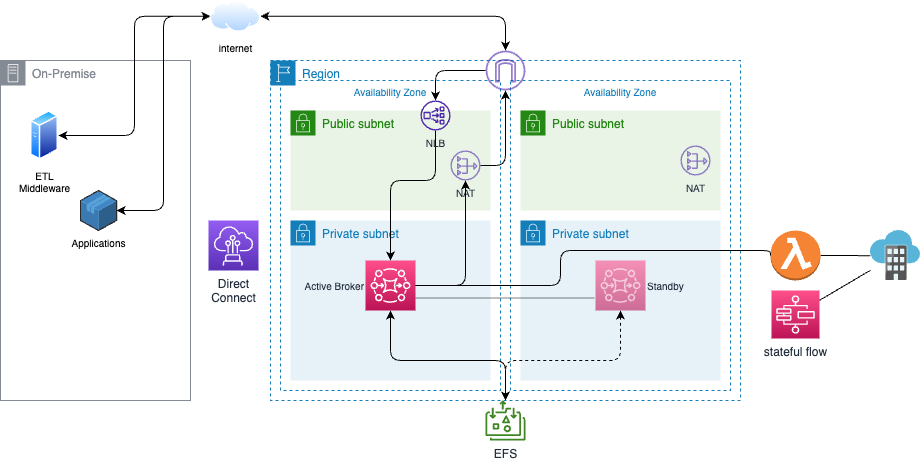
Above: docs/diagrams/on-prem-to-activemq.drawio.png in jbcodeforce/aws-messaging-samples (draw.io), before the change. Source tidied: cells renumbered, new cells last; positions are measured from the earlier drawing's top-left corner, leaving out a move shared by most shapes.
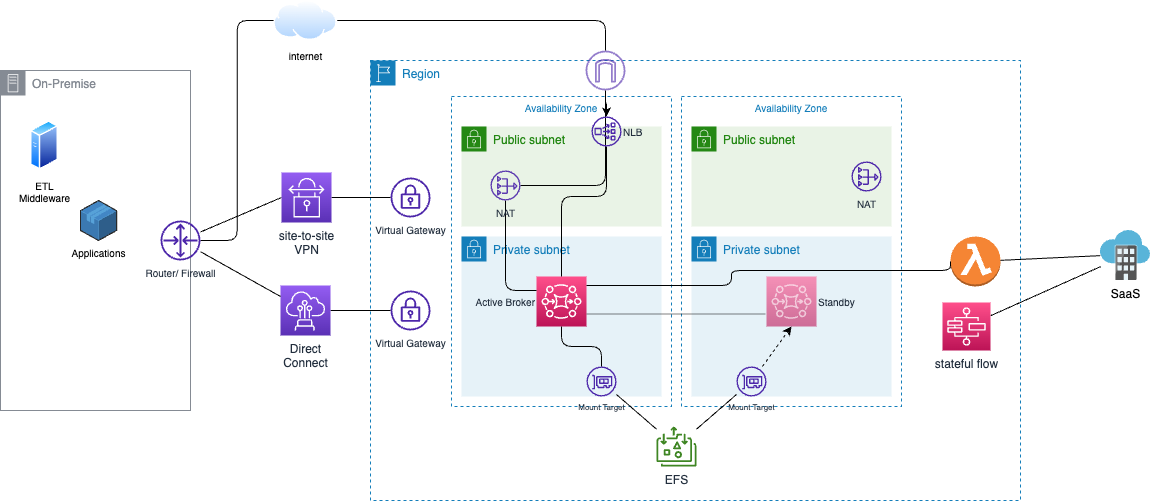
After the commit.

Diff of the diagram source:
```diff
@@ -3,46 +3,43 @@
     <mxCell id="0" />
     <mxCell id="1" parent="0" />
     <mxCell id="2" value="On-Premise" style="sketch=0;gradientColor=none;html=1;whiteSpace=wrap;fontSize=12;fontStyle=0;shape=mxgraph.aws4.group;grIcon=mxgraph.aws4.group_on_premise;strokeColor=#858B94;fillColor=none;verticalAlign=top;align=left;spacingLeft=30;fontColor=#858B94;dashed=0;" parent="1" vertex="1">
-      <mxGeometry y="60" width="190" height="340" as="geometry" />
+      <mxGeometry x="-170" y="70" width="190" height="340" as="geometry" />
     </mxCell>
-    <mxCell id="3" style="edgeStyle=orthogonalEdgeStyle;html=1;entryX=0;entryY=0.5;entryDx=0;entryDy=0;fontSize=10;startArrow=classic;startFill=1;" parent="1" edge="1" source="4" target="27">
-      <mxGeometry relative="1" as="geometry" />
-    </mxCell>
     <mxCell id="4" value="ETL&lt;br style=&quot;font-size: 10px;&quot;&gt;Middleware" style="perimeter=ellipsePerimeter;html=1;align=center;shadow=0;dashed=0;spacingTop=3;image;image=img/lib/active_directory/generic_server.svg;fontSize=10;" parent="1" vertex="1">
-      <mxGeometry x="30" y="110" width="28" height="50" as="geometry" />
+      <mxGeometry x="-140" y="120" width="28" height="50" as="geometry" />
     </mxCell>
-    <mxCell id="5" style="edgeStyle=orthogonalEdgeStyle;html=1;entryX=0;entryY=0.5;entryDx=0;entryDy=0;fontSize=10;startArrow=classic;startFill=1;" parent="1" edge="1" source="6" target="27">
+    <mxCell id="5" style="edgeStyle=orthogonalEdgeStyle;html=1;entryX=0;entryY=0.5;entryDx=0;entryDy=0;fontSize=10;startArrow=none;startFill=0;endArrow=none;endFill=0;" parent="1" edge="1" source="48" target="27">
       <mxGeometry relative="1" as="geometry" />
     </mxCell>
     <mxCell id="6" value="Applications" style="verticalLabelPosition=bottom;html=1;verticalAlign=top;strokeWidth=1;align=center;outlineConnect=0;dashed=0;outlineConnect=0;shape=mxgraph.aws3d.application;fillColor=#4286c5;strokeColor=#57A2D8;fontSize=10;" parent="1" vertex="1">
-      <mxGeometry x="80" y="190" width="36" height="40" as="geometry" />
+      <mxGeometry x="-90" y="200" width="36" height="40" as="geometry" />
     </mxCell>
     <mxCell id="7" value="Region" style="gradientColor=none;html=1;whiteSpace=wrap;fontSize=12;fontStyle=0;shape=mxgraph.aws4.group;grIcon=mxgraph.aws4.group_region;strokeColor=#147EBA;fillColor=none;verticalAlign=top;align=left;spacingLeft=30;fontColor=#147EBA;dashed=1;" parent="1" vertex="1">
-      <mxGeometry x="270" y="60" width="470" height="340" as="geometry" />
+      <mxGeometry x="200" y="60" width="650" height="440" as="geometry" />
     </mxCell>
     <mxCell id="8" value="Availability Zone" style="fillColor=none;strokeColor=#147EBA;dashed=1;verticalAlign=top;fontStyle=0;fontColor=#147EBA;fontSize=10;" parent="7" vertex="1">
-      <mxGeometry x="240" y="20" width="220" height="310" as="geometry" />
+      <mxGeometry x="311" y="36" width="220" height="310" as="geometry" />
     </mxCell>
     <mxCell id="9" value="Availability Zone" style="fillColor=none;strokeColor=#147EBA;dashed=1;verticalAlign=top;fontStyle=0;fontColor=#147EBA;fontSize=10;" parent="7" vertex="1">
-      <mxGeometry x="10" y="20" width="220" height="310" as="geometry" />
+      <mxGeometry x="81" y="36" width="220" height="310" as="geometry" />
     </mxCell>
     <mxCell id="10" value="Public subnet" style="gradientColor=none;html=1;whiteSpace=wrap;fontSize=12;fontStyle=0;shape=mxgraph.aws4.group;grIcon=mxgraph.aws4.group_security_group;grStroke=0;strokeColor=#248814;fillColor=#E9F3E6;verticalAlign=top;align=left;spacingLeft=30;fontColor=#248814;dashed=0;" parent="7" vertex="1">
-      <mxGeometry x="250" y="50" width="200" height="100" as="geometry" />
+      <mxGeometry x="321" y="66" width="200" height="100" as="geometry" />
     </mxCell>
-    <mxCell id="11" value="NAT" style="sketch=0;fontColor=#232F3E;gradientColor=none;fillColor=#4D27AA;strokeColor=none;dashed=0;verticalLabelPosition=bottom;verticalAlign=top;align=center;html=1;fontSize=10;fontStyle=0;shape=mxgraph.aws4.nat_gateway;opacity=60;" parent="10" vertex="1">
+    <mxCell id="11" value="NAT" style="sketch=0;fontColor=#232F3E;gradientColor=none;fillColor=#4D27AA;strokeColor=none;dashed=0;verticalLabelPosition=bottom;verticalAlign=top;align=center;html=1;fontSize=10;fontStyle=0;shape=mxgraph.aws4.nat_gateway;" parent="10" vertex="1">
       <mxGeometry x="160" y="35" width="30" height="30" as="geometry" />
     </mxCell>
     <mxCell id="12" value="Public subnet" style="gradientColor=none;html=1;whiteSpace=wrap;fontSize=12;fontStyle=0;shape=mxgraph.aws4.group;grIcon=mxgraph.aws4.group_security_group;grStroke=0;strokeColor=#248814;fillColor=#E9F3E6;verticalAlign=top;align=left;spacingLeft=30;fontColor=#248814;dashed=0;" parent="7" vertex="1">
-      <mxGeometry x="20" y="50" width="200" height="100" as="geometry" />
+      <mxGeometry x="91" y="66" width="200" height="100" as="geometry" />
     </mxCell>
     <mxCell id="13" value="Private subnet" style="gradientColor=none;html=1;whiteSpace=wrap;fontSize=12;fontStyle=0;shape=mxgraph.aws4.group;grIcon=mxgraph.aws4.group_security_group;grStroke=0;strokeColor=#147EBA;fillColor=#E6F2F8;verticalAlign=top;align=left;spacingLeft=30;fontColor=#147EBA;dashed=0;" parent="7" vertex="1">
-      <mxGeometry x="20" y="160" width="200" height="160" as="geometry" />
+      <mxGeometry x="91" y="176" width="200" height="160" as="geometry" />
     </mxCell>
     <mxCell id="14" value="Active Broker" style="sketch=0;points=[[0,0,0],[0.25,0,0],[0.5,0,0],[0.75,0,0],[1,0,0],[0,1,0],[0.25,1,0],[0.5,1,0],[0.75,1,0],[1,1,0],[0,0.25,0],[0,0.5,0],[0,0.75,0],[1,0.25,0],[1,0.5,0],[1,0.75,0]];outlineConnect=0;fontColor=#232F3E;gradientColor=#FF4F8B;gradientDirection=north;fillColor=#BC1356;strokeColor=#ffffff;dashed=0;verticalLabelPosition=middle;verticalAlign=middle;align=right;html=1;fontSize=10;fontStyle=0;shape=mxgraph.aws4.resourceIcon;resIcon=mxgraph.aws4.mq;labelPosition=left;" parent="13" vertex="1">
       <mxGeometry x="75" y="40" width="50" height="50" as="geometry" />
     </mxCell>
     <mxCell id="15" value="Private subnet" style="gradientColor=none;html=1;whiteSpace=wrap;fontSize=12;fontStyle=0;shape=mxgraph.aws4.group;grIcon=mxgraph.aws4.group_security_group;grStroke=0;strokeColor=#147EBA;fillColor=#E6F2F8;verticalAlign=top;align=left;spacingLeft=30;fontColor=#147EBA;dashed=0;" parent="7" vertex="1">
-      <mxGeometry x="250" y="160" width="200" height="160" as="geometry" />
+      <mxGeometry x="321" y="176" width="200" height="160" as="geometry" />
     </mxCell>
     <mxCell id="16" value="Standby" style="sketch=0;points=[[0,0,0],[0.25,0,0],[0.5,0,0],[0.75,0,0],[1,0,0],[0,1,0],[0.25,1,0],[0.5,1,0],[0.75,1,0],[1,1,0],[0,0.25,0],[0,0.5,0],[0,0.75,0],[1,0.25,0],[1,0.5,0],[1,0.75,0]];outlineConnect=0;fontColor=#232F3E;gradientColor=#FF4F8B;gradientDirection=north;fillColor=#BC1356;strokeColor=#ffffff;dashed=0;verticalLabelPosition=middle;verticalAlign=middle;align=left;html=1;fontSize=10;fontStyle=0;shape=mxgraph.aws4.resourceIcon;resIcon=mxgraph.aws4.mq;opacity=60;labelPosition=right;" parent="15" vertex="1">
       <mxGeometry x="75" y="40" width="50" height="50" as="geometry" />
@@ -53,80 +50,110 @@
     <mxCell id="18" style="sketch=0;outlineConnect=0;fontColor=#232F3E;gradientColor=none;fillColor=#4D27AA;strokeColor=none;dashed=0;verticalLabelPosition=bottom;verticalAlign=top;align=center;html=1;fontSize=12;fontStyle=0;shape=mxgraph.aws4.internet_gateway;opacity=60;" parent="7" vertex="1">
       <mxGeometry x="215" y="-10" width="40" height="40" as="geometry" />
     </mxCell>
-    <mxCell id="19" style="edgeStyle=orthogonalEdgeStyle;html=1;fontSize=10;startArrow=none;startFill=0;" parent="7" edge="1" source="20" target="18">
+    <mxCell id="19" style="edgeStyle=orthogonalEdgeStyle;html=1;fontSize=10;startArrow=none;startFill=0;endArrow=none;endFill=0;" parent="7" edge="1" source="20" target="18">
       <mxGeometry relative="1" as="geometry" />
     </mxCell>
-    <mxCell id="20" value="NAT" style="sketch=0;outlineConnect=0;fontColor=#232F3E;gradientColor=none;fillColor=#4D27AA;strokeColor=none;dashed=0;verticalLabelPosition=bottom;verticalAlign=top;align=center;html=1;fontSize=10;fontStyle=0;shape=mxgraph.aws4.nat_gateway;opacity=60;" parent="7" vertex="1">
-      <mxGeometry x="180" y="90" width="30" height="30" as="geometry" />
-    </mxCell>
-    <mxCell id="21" style="edgeStyle=orthogonalEdgeStyle;html=1;fontSize=10;startArrow=none;startFill=0;" parent="7" edge="1" source="14" target="20">
-      <mxGeometry relative="1" as="geometry" />
+    <mxCell id="21" style="edgeStyle=orthogonalEdgeStyle;html=1;fontSize=10;startArrow=none;startFill=0;endArrow=none;endFill=0;" parent="7" edge="1" source="14" target="20">
+      <mxGeometry relative="1" as="geometry">
+        <Array as="points">
+          <mxPoint x="135" y="230" />
+        </Array>
+      </mxGeometry>
     </mxCell>
-    <mxCell id="22" style="edgeStyle=orthogonalEdgeStyle;html=1;entryX=0.5;entryY=0;entryDx=0;entryDy=0;entryPerimeter=0;fontSize=10;startArrow=none;startFill=0;" parent="7" edge="1" source="23" target="14">
+    <mxCell id="22" style="edgeStyle=orthogonalEdgeStyle;html=1;entryX=0.5;entryY=0;entryDx=0;entryDy=0;entryPerimeter=0;fontSize=10;startArrow=none;startFill=0;endArrow=none;endFill=0;" parent="7" edge="1" source="23" target="14">
       <mxGeometry relative="1" as="geometry">
         <Array as="points">
-          <mxPoint x="165" y="120" />
-          <mxPoint x="120" y="120" />
+          <mxPoint x="236" y="136" />
+          <mxPoint x="191" y="136" />
         </Array>
       </mxGeometry>
     </mxCell>
-    <mxCell id="23" value="NLB" style="sketch=0;outlineConnect=0;fontColor=#232F3E;gradientColor=none;fillColor=#4D27AA;strokeColor=none;dashed=0;verticalLabelPosition=bottom;verticalAlign=top;align=center;html=1;fontSize=10;fontStyle=0;shape=mxgraph.aws4.network_load_balancer;" parent="7" vertex="1">
-      <mxGeometry x="150" y="40" width="30" height="30" as="geometry" />
+    <mxCell id="23" value="NLB" style="sketch=0;outlineConnect=0;fontColor=#232F3E;gradientColor=none;fillColor=#4D27AA;strokeColor=none;dashed=0;verticalLabelPosition=middle;verticalAlign=middle;align=left;html=1;fontSize=10;fontStyle=0;shape=mxgraph.aws4.network_load_balancer;labelPosition=right;" parent="7" vertex="1">
+      <mxGeometry x="221" y="56" width="30" height="30" as="geometry" />
     </mxCell>
     <mxCell id="24" style="edgeStyle=orthogonalEdgeStyle;html=1;entryX=0;entryY=0.75;entryDx=0;entryDy=0;entryPerimeter=0;fontSize=10;startArrow=none;startFill=0;endArrow=none;endFill=0;exitX=1;exitY=0.75;exitDx=0;exitDy=0;exitPerimeter=0;dashed=1;dashPattern=1 1;" parent="7" edge="1" source="14" target="16">
       <mxGeometry relative="1" as="geometry" />
     </mxCell>
+    <mxCell id="37" style="edgeStyle=none;html=1;endArrow=none;endFill=0;" parent="7" edge="1" source="25" target="42">
+      <mxGeometry relative="1" as="geometry" />
+    </mxCell>
-    <mxCell id="25" value="EFS" style="sketch=0;outlineConnect=0;fontColor=#232F3E;gradientColor=none;fillColor=#3F8624;strokeColor=none;dashed=0;verticalLabelPosition=bottom;verticalAlign=top;align=center;html=1;fontSize=12;fontStyle=0;shape=mxgraph.aws4.elastic_file_system_standard;" parent="1" vertex="1">
-      <mxGeometry x="485" y="400" width="40" height="40" as="geometry" />
+    <mxCell id="25" value="EFS" style="sketch=0;outlineConnect=0;fontColor=#232F3E;gradientColor=none;fillColor=#3F8624;strokeColor=none;dashed=0;verticalLabelPosition=bottom;verticalAlign=top;align=center;html=1;fontSize=12;fontStyle=0;shape=mxgraph.aws4.elastic_file_system_standard;" parent="7" vertex="1">
+      <mxGeometry x="286" y="366" width="40" height="40" as="geometry" />
     </mxCell>
+    <mxCell id="38" style="edgeStyle=none;html=1;endArrow=none;endFill=0;" parent="7" edge="1" source="39" target="25">
+      <mxGeometry relative="1" as="geometry" />
+    </mxCell>
+    <mxCell id="39" value="Mount Target" style="sketch=0;outlineConnect=0;fontColor=#232F3E;gradientColor=none;fillColor=#4D27AA;strokeColor=none;dashed=0;verticalLabelPosition=bottom;verticalAlign=top;align=center;html=1;fontSize=8;fontStyle=0;shape=mxgraph.aws4.elastic_network_interface;" parent="7" vertex="1">
+      <mxGeometry x="216" y="306" width="30" height="30" as="geometry" />
+    </mxCell>
+    <mxCell id="40" style="edgeStyle=orthogonalEdgeStyle;html=1;fontSize=10;startArrow=none;startFill=0;endArrow=none;" parent="7" edge="1" source="14" target="39">
+      <mxGeometry relative="1" as="geometry" />
+    </mxCell>
+    <mxCell id="41" style="edgeStyle=none;html=1;entryX=0.5;entryY=1;entryDx=0;entryDy=0;entryPerimeter=0;dashed=1;" parent="7" edge="1" source="42" target="16">
+      <mxGeometry relative="1" as="geometry" />
+    </mxCell>
+    <mxCell id="42" value="Mount Target" style="sketch=0;outlineConnect=0;fontColor=#232F3E;gradientColor=none;fillColor=#4D27AA;strokeColor=none;dashed=0;verticalLabelPosition=bottom;verticalAlign=top;align=center;html=1;fontSize=8;fontStyle=0;shape=mxgraph.aws4.elastic_network_interface;" parent="7" vertex="1">
+      <mxGeometry x="366" y="306" width="30" height="30" as="geometry" />
+    </mxCell>
+    <mxCell id="36" value="stateful flow" style="sketch=0;points=[[0,0,0],[0.25,0,0],[0.5,0,0],[0.75,0,0],[1,0,0],[0,1,0],[0.25,1,0],[0.5,1,0],[0.75,1,0],[1,1,0],[0,0.25,0],[0,0.5,0],[0,0.75,0],[1,0.25,0],[1,0.5,0],[1,0.75,0]];outlineConnect=0;fontColor=#232F3E;gradientColor=#FF4F8B;gradientDirection=north;fillColor=#BC1356;strokeColor=#ffffff;dashed=0;verticalLabelPosition=bottom;verticalAlign=top;align=center;html=1;fontSize=12;fontStyle=0;shape=mxgraph.aws4.resourceIcon;resIcon=mxgraph.aws4.step_functions;" parent="7" vertex="1">
+      <mxGeometry x="572" y="242" width="48" height="48" as="geometry" />
+    </mxCell>
+    <mxCell id="32" style="outlineConnect=0;dashed=0;verticalLabelPosition=bottom;verticalAlign=top;align=center;html=1;shape=mxgraph.aws3.lambda_function;fillColor=#F58534;gradientColor=none;fontSize=10;" parent="7" vertex="1">
+      <mxGeometry x="580" y="176" width="50" height="50" as="geometry" />
+    </mxCell>
+    <mxCell id="34" style="edgeStyle=orthogonalEdgeStyle;html=1;entryX=0;entryY=0.5;entryDx=0;entryDy=0;entryPerimeter=0;fontSize=10;startArrow=none;startFill=0;endArrow=none;endFill=0;" parent="7" edge="1" source="14" target="32">
+      <mxGeometry relative="1" as="geometry">
+        <Array as="points">
+          <mxPoint x="361" y="225" />
+          <mxPoint x="361" y="210" />
+          <mxPoint x="580" y="210" />
+        </Array>
+      </mxGeometry>
+    </mxCell>
+    <mxCell id="43" value="Virtual Gateway" style="sketch=0;outlineConnect=0;fontColor=#232F3E;gradientColor=none;fillColor=#4D27AA;strokeColor=none;dashed=0;verticalLabelPosition=bottom;verticalAlign=top;align=center;html=1;fontSize=10;fontStyle=0;shape=mxgraph.aws4.vpn_gateway;" parent="7" vertex="1">
+      <mxGeometry x="20" y="230" width="40" height="40" as="geometry" />
+    </mxCell>
+    <mxCell id="44" value="Virtual Gateway" style="sketch=0;outlineConnect=0;fontColor=#232F3E;gradientColor=none;fillColor=#4D27AA;strokeColor=none;dashed=0;verticalLabelPosition=bottom;verticalAlign=top;align=center;html=1;fontSize=10;fontStyle=0;shape=mxgraph.aws4.vpn_gateway;" parent="7" vertex="1">
+      <mxGeometry x="20" y="117" width="40" height="40" as="geometry" />
+    </mxCell>
+    <mxCell id="20" value="NAT" style="sketch=0;outlineConnect=0;fontColor=#232F3E;gradientColor=none;fillColor=#4D27AA;strokeColor=none;dashed=0;verticalLabelPosition=bottom;verticalAlign=top;align=center;html=1;fontSize=10;fontStyle=0;shape=mxgraph.aws4.nat_gateway;opacity=90;" parent="7" vertex="1">
+      <mxGeometry x="120" y="110" width="30" height="30" as="geometry" />
+    </mxCell>
-    <mxCell id="26" style="edgeStyle=orthogonalEdgeStyle;html=1;fontSize=10;startArrow=classic;startFill=1;" parent="1" edge="1" source="27" target="18">
+    <mxCell id="26" style="edgeStyle=orthogonalEdgeStyle;html=1;fontSize=10;startArrow=none;startFill=0;endArrow=none;endFill=0;" parent="1" edge="1" source="27" target="18">
       <mxGeometry relative="1" as="geometry" />
     </mxCell>
     <mxCell id="27" value="internet" style="perimeter=ellipsePerimeter;html=1;align=center;shadow=0;dashed=0;spacingTop=3;image;image=img/lib/active_directory/internet_cloud.svg;fontSize=10;opacity=60;" parent="1" vertex="1">
-      <mxGeometry x="210" width="50" height="31.5" as="geometry" />
+      <mxGeometry x="103.3" width="63.5" height="40" as="geometry" />
     </mxCell>
+    <mxCell id="45" style="edgeStyle=none;html=1;fontSize=10;startArrow=none;startFill=0;endArrow=none;endFill=0;" parent="1" edge="1" source="28" target="43">
+      <mxGeometry relative="1" as="geometry" />
+    </mxCell>
     <mxCell id="28" value="Direct&lt;br&gt;Connect" style="sketch=0;points=[[0,0,0],[0.25,0,0],[0.5,0,0],[0.75,0,0],[1,0,0],[0,1,0],[0.25,1,0],[0.5,1,0],[0.75,1,0],[1,1,0],[0,0.25,0],[0,0.5,0],[0,0.75,0],[1,0.25,0],[1,0.5,0],[1,0.75,0]];outlineConnect=0;fontColor=#232F3E;gradientColor=#945DF2;gradientDirection=north;fillColor=#5A30B5;strokeColor=#ffffff;dashed=0;verticalLabelPosition=bottom;verticalAlign=top;align=center;html=1;fontSize=12;fontStyle=0;shape=mxgraph.aws4.resourceIcon;resIcon=mxgraph.aws4.direct_connect;" parent="1" vertex="1">
-      <mxGeometry x="208" y="220" width="50" height="50" as="geometry" />
+      <mxGeometry x="110" y="285" width="50" height="50" as="geometry" />
     </mxCell>
-    <mxCell id="29" style="edgeStyle=orthogonalEdgeStyle;html=1;fontSize=10;startArrow=classic;startFill=1;" parent="1" edge="1" source="14" target="25">
-      <mxGeometry relative="1" as="geometry">
-        <Array as="points">
-          <mxPoint x="390" y="360" />
-          <mxPoint x="505" y="360" />
-        </Array>
-      </mxGeometry>
-    </mxCell>
-    <mxCell id="30" style="edgeStyle=orthogonalEdgeStyle;html=1;fontSize=10;startArrow=classic;startFill=1;dashed=1;" parent="1" edge="1" source="16" target="25">
-      <mxGeometry relative="1" as="geometry">
-        <Array as="points">
-          <mxPoint x="620" y="360" />
-          <mxPoint x="505" y="360" />
-        </Array>
-      </mxGeometry>
-    </mxCell>
     <mxCell id="31" style="html=1;entryX=-0.007;entryY=0.503;entryDx=0;entryDy=0;entryPerimeter=0;fontSize=10;startArrow=none;startFill=0;endArrow=none;endFill=0;" parent="1" edge="1" source="32" target="33">
       <mxGeometry relative="1" as="geometry" />
     </mxCell>
-    <mxCell id="32" style="outlineConnect=0;dashed=0;verticalLabelPosition=bottom;verticalAlign=top;align=center;html=1;shape=mxgraph.aws3.lambda_function;fillColor=#F58534;gradientColor=none;fontSize=10;" parent="1" vertex="1">
-      <mxGeometry x="770" y="230" width="50" height="50" as="geometry" />
-    </mxCell>
-    <mxCell id="33" style="sketch=0;html=1;points=[];align=center;image;fontSize=12;image=img/lib/mscae/Software_as_a_Service.svg;" parent="1" vertex="1">
-      <mxGeometry x="870" y="230" width="50" height="50" as="geometry" />
+    <mxCell id="33" value="SaaS" style="sketch=0;html=1;points=[];align=center;image;fontSize=12;image=img/lib/mscae/Software_as_a_Service.svg;" parent="1" vertex="1">
+      <mxGeometry x="930" y="230" width="50" height="50" as="geometry" />
     </mxCell>
-    <mxCell id="34" style="edgeStyle=orthogonalEdgeStyle;html=1;entryX=0;entryY=0.5;entryDx=0;entryDy=0;entryPerimeter=0;fontSize=10;startArrow=none;startFill=0;endArrow=none;endFill=0;" parent="1" edge="1" source="14" target="32">
-      <mxGeometry relative="1" as="geometry">
-        <Array as="points">
-          <mxPoint x="560" y="285" />
-          <mxPoint x="560" y="250" />
-          <mxPoint x="770" y="250" />
-        </Array>
-      </mxGeometry>
-    </mxCell>
     <mxCell id="35" style="edgeStyle=none;html=1;fontSize=10;startArrow=none;startFill=0;endArrow=none;endFill=0;" parent="1" edge="1" source="36" target="33">
       <mxGeometry relative="1" as="geometry" />
     </mxCell>
-    <mxCell id="36" value="stateful flow" style="sketch=0;points=[[0,0,0],[0.25,0,0],[0.5,0,0],[0.75,0,0],[1,0,0],[0,1,0],[0.25,1,0],[0.5,1,0],[0.75,1,0],[1,1,0],[0,0.25,0],[0,0.5,0],[0,0.75,0],[1,0.25,0],[1,0.5,0],[1,0.75,0]];outlineConnect=0;fontColor=#232F3E;gradientColor=#FF4F8B;gradientDirection=north;fillColor=#BC1356;strokeColor=#ffffff;dashed=0;verticalLabelPosition=bottom;verticalAlign=top;align=center;html=1;fontSize=12;fontStyle=0;shape=mxgraph.aws4.resourceIcon;resIcon=mxgraph.aws4.step_functions;" parent="1" vertex="1">
-      <mxGeometry x="771" y="290" width="48" height="48" as="geometry" />
-    </mxCell>
+    <mxCell id="46" style="edgeStyle=none;html=1;fontSize=10;endArrow=none;endFill=0;" parent="1" edge="1" source="48" target="28">
+      <mxGeometry relative="1" as="geometry" />
+    </mxCell>
+    <mxCell id="47" style="edgeStyle=none;html=1;entryX=0;entryY=0.5;entryDx=0;entryDy=0;entryPerimeter=0;fontSize=10;startArrow=none;startFill=0;endArrow=none;endFill=0;" parent="1" edge="1" source="48" target="50">
+      <mxGeometry relative="1" as="geometry" />
+    </mxCell>
+    <mxCell id="48" value="Router/ Firewall" style="sketch=0;outlineConnect=0;fontColor=#232F3E;gradientColor=none;fillColor=#4D27AA;strokeColor=none;dashed=0;verticalLabelPosition=bottom;verticalAlign=top;align=center;html=1;fontSize=10;fontStyle=0;shape=mxgraph.aws4.router;" parent="1" vertex="1">
+      <mxGeometry x="-10" y="220" width="40" height="40" as="geometry" />
+    </mxCell>
+    <mxCell id="49" style="edgeStyle=none;html=1;fontSize=10;startArrow=none;startFill=0;endArrow=none;endFill=0;" parent="1" edge="1" source="50" target="44">
+      <mxGeometry relative="1" as="geometry" />
+    </mxCell>
+    <mxCell id="50" value="site-to-site&lt;br&gt;VPN" style="sketch=0;points=[[0,0,0],[0.25,0,0],[0.5,0,0],[0.75,0,0],[1,0,0],[0,1,0],[0.25,1,0],[0.5,1,0],[0.75,1,0],[1,1,0],[0,0.25,0],[0,0.5,0],[0,0.75,0],[1,0.25,0],[1,0.5,0],[1,0.75,0]];outlineConnect=0;fontColor=#232F3E;gradientColor=#945DF2;gradientDirection=north;fillColor=#5A30B5;strokeColor=#ffffff;dashed=0;verticalLabelPosition=bottom;verticalAlign=top;align=center;html=1;fontSize=12;fontStyle=0;shape=mxgraph.aws4.resourceIcon;resIcon=mxgraph.aws4.site_to_site_vpn;" parent="1" vertex="1">
+      <mxGeometry x="111" y="172" width="50" height="50" as="geometry" />
+    </mxCell>
   </root>
 </mxGraphModel>
```
